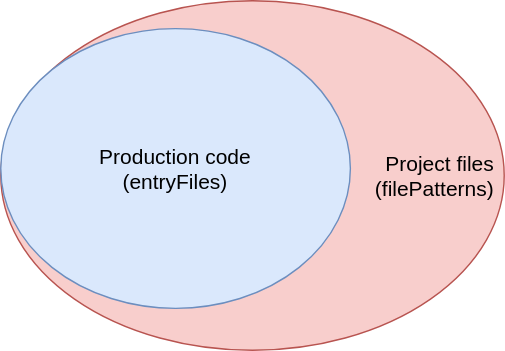
Above: assets/how-it-works.drawio.svg in webpro-nl/knip (draw.io), before the change. Source tidied: cells renumbered, new cells last; positions are measured from the earlier drawing's top-left corner, leaving out a move shared by most shapes. Its diagram source:
```xml
<mxGraphModel>
  <root>
    <mxCell id="0" />
    <mxCell id="1" parent="0" />
    <mxCell id="2" value="Project files&lt;br style=&quot;font-size: 15px;&quot;&gt;(filePatterns)&lt;br style=&quot;font-size: 15px;&quot;&gt;&lt;div style=&quot;font-size: 15px;&quot;&gt;&lt;/div&gt;" style="ellipse;whiteSpace=wrap;html=1;fillColor=#f8cecc;strokeColor=#b85450;align=right;fontSize=15;spacingRight=5;" parent="1" vertex="1">
      <mxGeometry width="360" height="250" as="geometry" />
    </mxCell>
    <mxCell id="3" value="Production code&lt;br style=&quot;font-size: 15px;&quot;&gt;(entryFiles)" style="ellipse;whiteSpace=wrap;html=1;fillColor=#dae8fc;strokeColor=#6c8ebf;fontSize=15;" parent="1" vertex="1">
      <mxGeometry y="20" width="250" height="200" as="geometry" />
    </mxCell>
  </root>
</mxGraphModel>
```
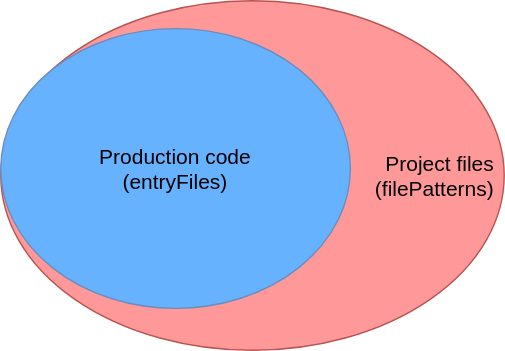
Above is the later version.

Change to the diagram source:
```diff
@@ -2,10 +2,10 @@
   <root>
     <mxCell id="0" />
     <mxCell id="1" parent="0" />
-    <mxCell id="2" value="Project files&lt;br style=&quot;font-size: 15px;&quot;&gt;(filePatterns)&lt;br style=&quot;font-size: 15px;&quot;&gt;&lt;div style=&quot;font-size: 15px;&quot;&gt;&lt;/div&gt;" style="ellipse;whiteSpace=wrap;html=1;fillColor=#f8cecc;strokeColor=#b85450;align=right;fontSize=15;spacingRight=5;" parent="1" vertex="1">
+    <mxCell id="2" value="Project files&lt;br style=&quot;font-size: 15px;&quot;&gt;(filePatterns)&lt;br style=&quot;font-size: 15px;&quot;&gt;&lt;div style=&quot;font-size: 15px;&quot;&gt;&lt;/div&gt;" style="ellipse;whiteSpace=wrap;html=1;fillColor=#FF9999;strokeColor=#b85450;align=right;fontSize=15;spacingRight=5;" parent="1" vertex="1">
       <mxGeometry width="360" height="250" as="geometry" />
     </mxCell>
-    <mxCell id="3" value="Production code&lt;br style=&quot;font-size: 15px;&quot;&gt;(entryFiles)" style="ellipse;whiteSpace=wrap;html=1;fillColor=#dae8fc;strokeColor=#6c8ebf;fontSize=15;" parent="1" vertex="1">
+    <mxCell id="3" value="Production code&lt;br style=&quot;font-size: 15px;&quot;&gt;(entryFiles)" style="ellipse;whiteSpace=wrap;html=1;fillColor=#66B2FF;strokeColor=#6c8ebf;fontSize=15;" parent="1" vertex="1">
       <mxGeometry y="20" width="250" height="200" as="geometry" />
     </mxCell>
   </root>
```
